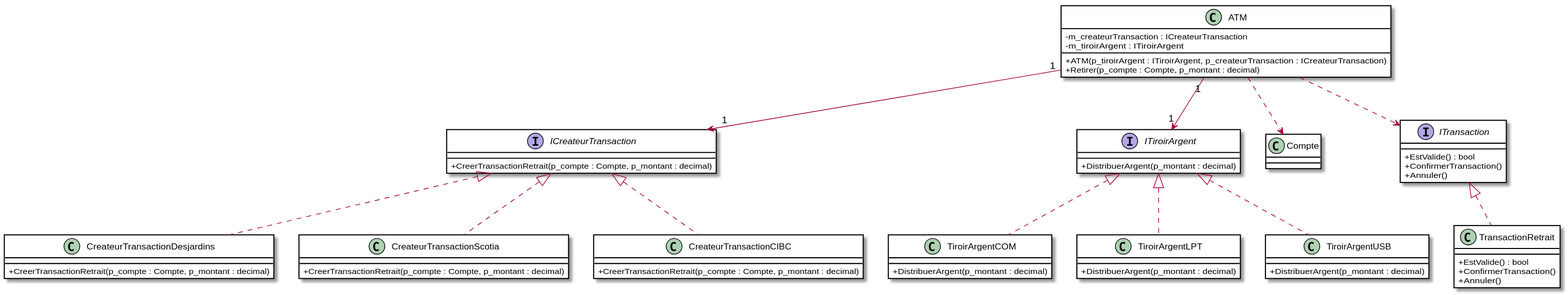
PiFou86/420-W30-SF keeps this PlantUML diagram as images/Module04_Principes_SOLID/diag/src/M04_Exercice3_DiagClasses_PropositionCorrection/Exercice03_PropSol.svg. Above is the earlier version. Its diagram source:
```plantuml
@startuml Exercice03_PropSol

skinparam classAttributeIconSize 0
skinparam class {
    BackgroundColor White
    BorderColor #000
}


ATM "1" --> "1" ICreateurTransaction
ATM "1" --> "1" ITiroirArgent

ATM ..> Compte
ATM ..> ITransaction

ITransaction <|.. TransactionRetrait

ITiroirArgent <|.. TiroirArgentCOM
ITiroirArgent <|.. TiroirArgentLPT
ITiroirArgent <|.. TiroirArgentUSB

ICreateurTransaction <|.. CreateurTransactionDesjardins
ICreateurTransaction <|.. CreateurTransactionScotia
ICreateurTransaction <|.. CreateurTransactionCIBC

class ATM {

    - m_createurTransaction : ICreateurTransaction
    - m_tiroirArgent : ITiroirArgent

    + ATM(p_tiroirArgent : ITiroirArgent, p_createurTransaction : ICreateurTransaction)
    + Retirer(p_compte : Compte, p_montant : decimal)
}

class Compte {

}

interface ITiroirArgent {
    + DistribuerArgent(p_montant : decimal)
}

interface ITransaction {
   + EstValide() : bool
   + ConfirmerTransaction()
   + Annuler()
}

interface ICreateurTransaction {
    + CreerTransactionRetrait(p_compte : Compte, p_montant : decimal)
}

class CreateurTransactionDesjardins {
    + CreerTransactionRetrait(p_compte : Compte, p_montant : decimal)
}

class CreateurTransactionScotia {
    + CreerTransactionRetrait(p_compte : Compte, p_montant : decimal)
}

class CreateurTransactionCIBC {
    + CreerTransactionRetrait(p_compte : Compte, p_montant : decimal)
}

class TiroirArgentCOM {
    + DistribuerArgent(p_montant : decimal)
}

class TiroirArgentLPT {
    + DistribuerArgent(p_montant : decimal)
}

class TiroirArgentUSB {
    + DistribuerArgent(p_montant : decimal)
}

class TransactionRetrait {
   + EstValide() : bool
   + ConfirmerTransaction()
   + Annuler()
}


@enduml
```
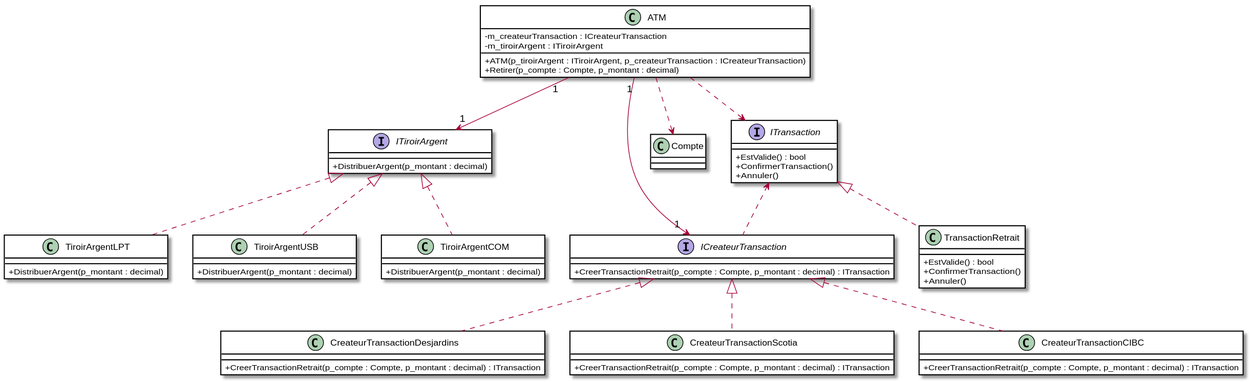
The same file after the commit.

Commit message:
Ajout éléments correction

Diff of the diagram source:
```diff
@@ -14,6 +14,7 @@
 ATM ..> ITransaction
 
 ITransaction <|.. TransactionRetrait
+ITransaction <.. ICreateurTransaction
 
 ITiroirArgent <|.. TiroirArgentCOM
 ITiroirArgent <|.. TiroirArgentLPT
@@ -47,19 +48,19 @@
 }
 
 interface ICreateurTransaction {
-    + CreerTransactionRetrait(p_compte : Compte, p_montant : decimal)
+    + CreerTransactionRetrait(p_compte : Compte, p_montant : decimal) : ITransaction
 }
 
 class CreateurTransactionDesjardins {
-    + CreerTransactionRetrait(p_compte : Compte, p_montant : decimal)
+    + CreerTransactionRetrait(p_compte : Compte, p_montant : decimal) : ITransaction
 }
 
 class CreateurTransactionScotia {
-    + CreerTransactionRetrait(p_compte : Compte, p_montant : decimal)
+    + CreerTransactionRetrait(p_compte : Compte, p_montant : decimal) : ITransaction
 }
 
 class CreateurTransactionCIBC {
-    + CreerTransactionRetrait(p_compte : Compte, p_montant : decimal)
+    + CreerTransactionRetrait(p_compte : Compte, p_montant : decimal) : ITransaction
 }
 
 class TiroirArgentCOM {
```
